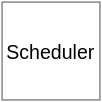
material-motion/material-motion keeps this draw.io diagram as assets/LifeOfAPlan-step1.svg. Above is the earlier version. Source tidied: cells renumbered, new cells last; positions are measured from the earlier drawing's top-left corner, leaving out a move shared by most shapes.
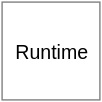
The same diagram one commit later.

Commit message:
Remove references to Scheduler in svgs.

What changed in the source:
```diff
@@ -2,7 +2,7 @@
   <root>
     <mxCell id="0" />
     <mxCell id="1" parent="0" />
-    <mxCell id="2" value="Scheduler" style="whiteSpace=wrap;html=1;labelBackgroundColor=none;strokeColor=#808080;strokeWidth=1;fillColor=#FFFFFF;gradientColor=none;fontSize=14;fontColor=#000000;align=center;" parent="1" vertex="1">
+    <mxCell id="2" value="Runtime" style="whiteSpace=wrap;html=1;labelBackgroundColor=none;strokeColor=#808080;strokeWidth=1;fillColor=#FFFFFF;gradientColor=none;fontSize=14;fontColor=#000000;align=center;" parent="1" vertex="1">
       <mxGeometry width="70" height="70" as="geometry" />
     </mxCell>
   </root>
```
